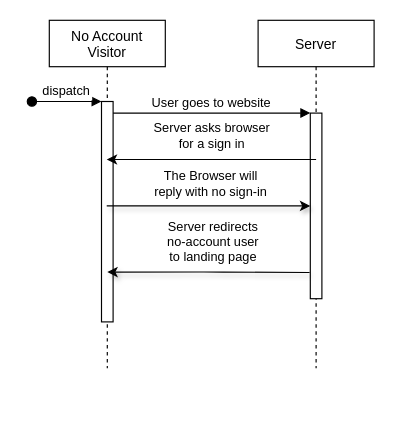
Earlier version of the draw.io diagram Deliverables/Week_3/Use_Case/No_Account/Sequence Diagrams/NoAccountLandingPage.drawio (Hanandrof/Group-3-Repository). Source tidied: cells renumbered, new cells numbered last; positions are measured from the earlier drawing's top-left corner, leaving out a move shared by most shapes. Both pictures are drawn from the tidied source at 116%, with x=0, y=0 at pixel (31, 20).
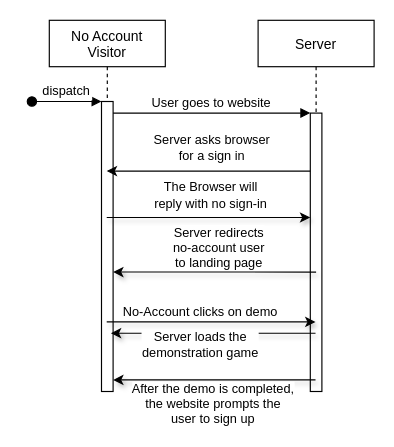
After the change.

Diff of the diagram source:
```diff
@@
     <mxCell id="2" value="No Account &#10;Visitor" style="shape=umlLifeline;perimeter=lifelinePerimeter;rounded=0;shadow=0;strokeWidth=1;" parent="1" vertex="1">
-      <mxGeometry x="15" width="100" height="300" as="geometry" />
+      <mxGeometry x="15" width="100" height="320" as="geometry" />
     </mxCell>
     <mxCell id="3" style="points=[];perimeter=orthogonalPerimeter;rounded=0;shadow=0;strokeWidth=1;" parent="2" vertex="1">
-      <mxGeometry x="45" y="70" width="10" height="190" as="geometry" />
+      <mxGeometry x="45" y="70" width="10" height="250" as="geometry" />
     </mxCell>
@@
     <mxCell id="5" value="Server" style="shape=umlLifeline;perimeter=lifelinePerimeter;rounded=0;shadow=0;strokeWidth=1;" parent="1" vertex="1">
-      <mxGeometry x="195" width="100" height="300" as="geometry" />
+      <mxGeometry x="195" width="100" height="320" as="geometry" />
     </mxCell>
     <mxCell id="6" style="points=[];perimeter=orthogonalPerimeter;rounded=0;shadow=0;strokeWidth=1;" parent="5" vertex="1">
-      <mxGeometry x="45" y="80" width="10" height="160" as="geometry" />
+      <mxGeometry x="45" y="80" width="10" height="240" as="geometry" />
     </mxCell>
@@
-    <mxCell id="8" value="Server asks browser &lt;br&gt;for a sign in" style="endArrow=classic;html=1;exitX=0.5;exitY=0.25;exitDx=0;exitDy=0;exitPerimeter=0;" parent="1" edge="1" source="6" target="2">
-      <mxGeometry y="-20" relative="1" as="geometry" />
+    <mxCell id="8" value="Server asks browser &lt;br&gt;for a sign in" style="endArrow=classic;html=1;" parent="1" edge="1" source="6" target="2">
+      <mxGeometry x="-0.03" y="-20" relative="1" as="geometry">
+        <Array as="points">
+          <mxPoint x="155" y="130" />
+        </Array>
+      </mxGeometry>
     </mxCell>
     <mxCell id="9" style="endArrow=classic;html=1;shadow=1;" parent="1" edge="1" source="2" target="6">
       <mxGeometry relative="1" as="geometry">
         <Array as="points">
-          <mxPoint x="155" y="160" />
+          <mxPoint x="155" y="170" />
         </Array>
       </mxGeometry>
     </mxCell>
@@
-    <mxCell id="11" style="endArrow=classic;html=1;shadow=1;exitX=-0.06;exitY=0.859;exitDx=0;exitDy=0;exitPerimeter=0;entryX=0.5;entryY=0.774;entryDx=0;entryDy=0;entryPerimeter=0;" parent="1" edge="1" source="6" target="3">
+    <mxCell id="11" style="endArrow=classic;html=1;shadow=1;exitX=0.5;exitY=0.571;exitDx=0;exitDy=0;exitPerimeter=0;" parent="1" edge="1" source="6" target="3">
       <mxGeometry relative="1" as="geometry">
         <Array as="points">
           <mxPoint x="155" y="217" />
         </Array>
       </mxGeometry>
     </mxCell>
     <mxCell id="12" value="Server redirects&lt;br&gt;no-account user&lt;br&gt;to landing page" style="edgeLabel;html=1;align=center;verticalAlign=middle;" parent="11" vertex="1">
       <mxGeometry x="-0.37" y="-3" relative="1" as="geometry">
-        <mxPoint x="-29.4" y="-24.1" as="offset" />
+        <mxPoint x="-29.4" y="-19" as="offset" />
       </mxGeometry>
     </mxCell>
+    <mxCell id="13" style="endArrow=classic;html=1;shadow=1;" parent="1" edge="1" source="2" target="5">
+      <mxGeometry relative="1" as="geometry">
+        <Array as="points">
+          <mxPoint x="85" y="260" />
+        </Array>
+      </mxGeometry>
+    </mxCell>
+    <mxCell id="14" value="No-Account clicks on demo" style="edgeLabel;html=1;align=center;verticalAlign=middle;" parent="13" vertex="1">
+      <mxGeometry x="-0.37" relative="1" as="geometry">
+        <mxPoint x="23.4" y="-10" as="offset" />
+      </mxGeometry>
+    </mxCell>
+    <mxCell id="15" style="endArrow=classic;html=1;shadow=1;entryX=0.807;entryY=0.799;entryDx=0;entryDy=0;entryPerimeter=0;" parent="1" edge="1" source="5" target="3">
+      <mxGeometry relative="1" as="geometry" />
+    </mxCell>
+    <mxCell id="16" value="Server loads the &lt;br&gt;demonstration game" style="edgeLabel;html=1;align=center;verticalAlign=middle;" parent="15" vertex="1">
+      <mxGeometry x="0.54" y="-1" relative="1" as="geometry">
+        <mxPoint x="36.3" y="11.2" as="offset" />
+      </mxGeometry>
+    </mxCell>
+    <mxCell id="17" style="endArrow=classic;html=1;shadow=1;" parent="1" edge="1" source="5" target="3">
+      <mxGeometry relative="1" as="geometry">
+        <Array as="points">
+          <mxPoint x="95" y="310" />
+        </Array>
+      </mxGeometry>
+    </mxCell>
+    <mxCell id="18" value="After the demo is completed,&lt;br&gt;the website prompts the&lt;br&gt;user to sign up" style="edgeLabel;html=1;align=center;verticalAlign=middle;" parent="17" vertex="1">
+      <mxGeometry x="0.23" y="-1" relative="1" as="geometry">
+        <mxPoint x="18" y="21" as="offset" />
+      </mxGeometry>
+    </mxCell>
```
